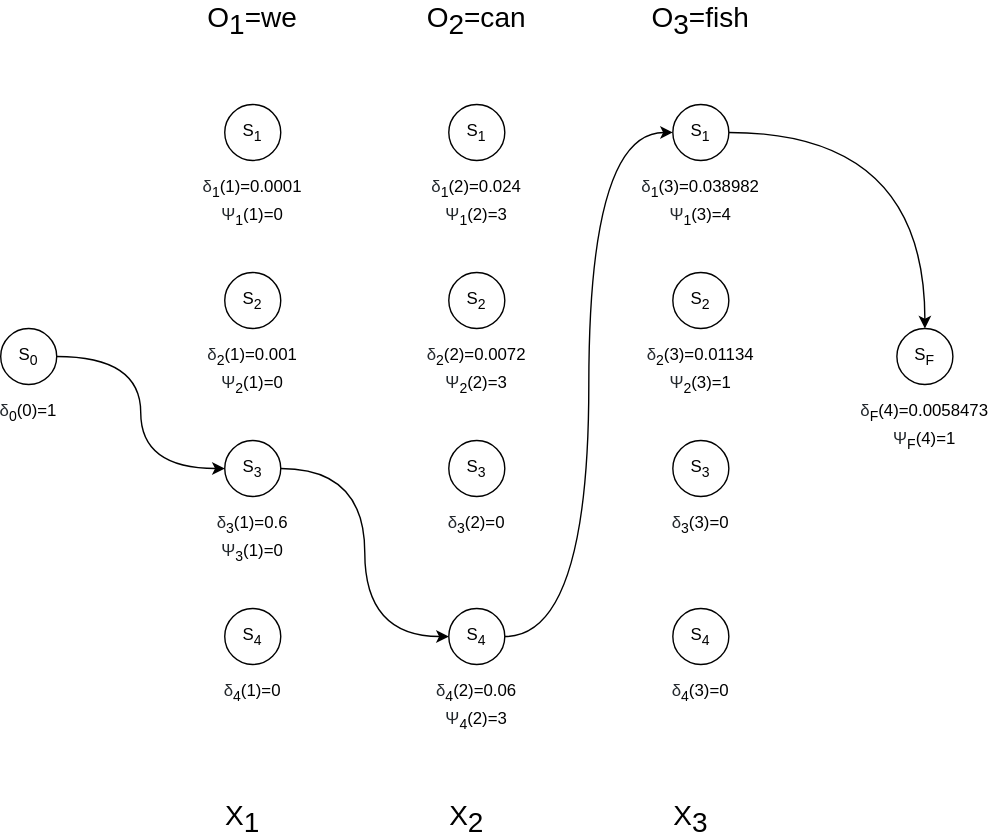
slippedandmissed/Supervisions keeps this draw.io diagram as Machine Learning/Supervision 3/imgs/viterbi.svg. Above is the earlier version. Source tidied: cells renumbered, new cells last; positions are measured from the earlier drawing's top-left corner, leaving out a move shared by most shapes.
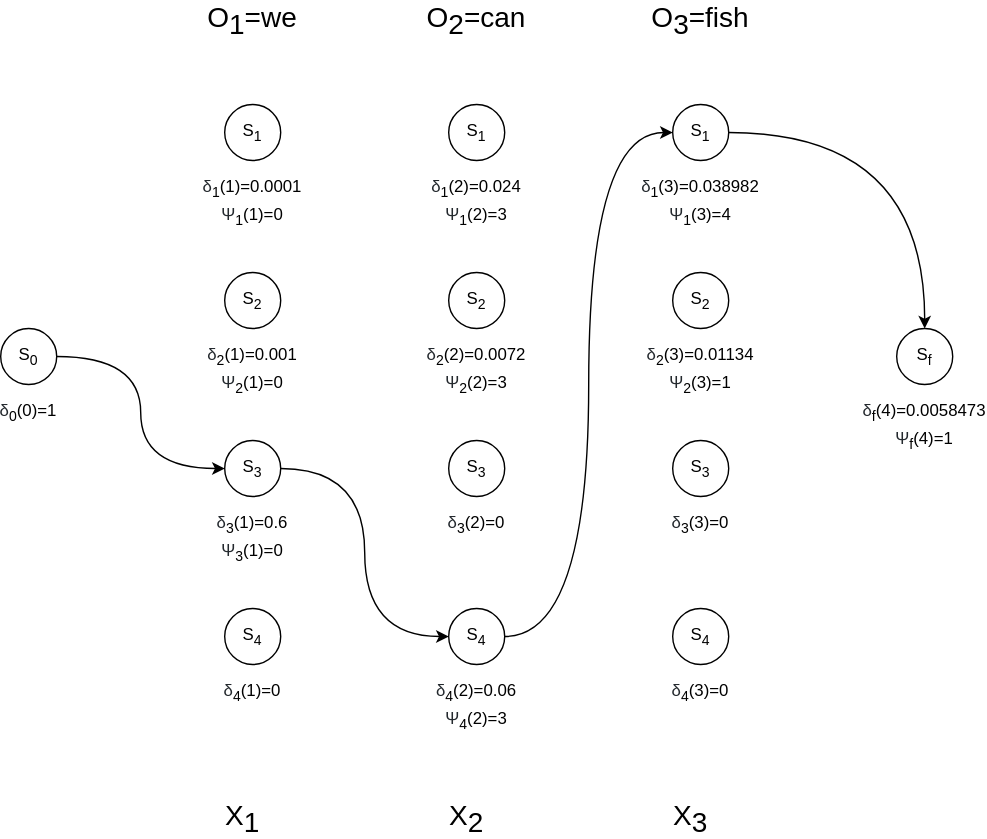
The same file after the commit.

The edit, as a diff of the source:
```diff
@@ -53,7 +53,7 @@
     <mxCell id="18" value="S&lt;sub&gt;4&lt;/sub&gt;" style="ellipse;whiteSpace=wrap;html=1;" parent="1" vertex="1">
       <mxGeometry x="480" y="430" width="40" height="40" as="geometry" />
     </mxCell>
-    <mxCell id="19" value="S&lt;sub&gt;F&lt;/sub&gt;" style="ellipse;whiteSpace=wrap;html=1;" parent="1" vertex="1">
+    <mxCell id="19" value="S&lt;sub&gt;f&lt;/sub&gt;" style="ellipse;whiteSpace=wrap;html=1;" parent="1" vertex="1">
       <mxGeometry x="640" y="230" width="40" height="40" as="geometry" />
     </mxCell>
     <mxCell id="20" value="&lt;span style=&quot;color: rgb(36 , 41 , 46) ; font-family: , &amp;#34;blinkmacsystemfont&amp;#34; , &amp;#34;segoe ui&amp;#34; , &amp;#34;helvetica&amp;#34; , &amp;#34;arial&amp;#34; , sans-serif , &amp;#34;apple color emoji&amp;#34; , &amp;#34;segoe ui emoji&amp;#34; , &amp;#34;segoe ui symbol&amp;#34; ; background-color: rgb(255 , 255 , 255)&quot;&gt;&lt;font style=&quot;font-size: 12px&quot;&gt;δ&lt;/font&gt;&lt;/span&gt;&lt;sub&gt;0&lt;/sub&gt;(0)=1" style="text;html=1;strokeColor=none;fillColor=none;align=center;verticalAlign=middle;whiteSpace=wrap;rounded=0;" parent="1" vertex="1">
@@ -128,10 +128,10 @@
     <mxCell id="43" value="&lt;span style=&quot;color: rgb(36 , 41 , 46) ; font-family: , &amp;#34;blinkmacsystemfont&amp;#34; , &amp;#34;segoe ui&amp;#34; , &amp;#34;helvetica&amp;#34; , &amp;#34;arial&amp;#34; , sans-serif , &amp;#34;apple color emoji&amp;#34; , &amp;#34;segoe ui emoji&amp;#34; , &amp;#34;segoe ui symbol&amp;#34; ; background-color: rgb(255 , 255 , 255)&quot;&gt;Ψ&lt;/span&gt;&lt;sub&gt;2&lt;/sub&gt;(3)=1" style="text;html=1;strokeColor=none;fillColor=none;align=center;verticalAlign=middle;whiteSpace=wrap;rounded=0;" parent="1" vertex="1">
       <mxGeometry x="480" y="260" width="40" height="20" as="geometry" />
     </mxCell>
-    <mxCell id="44" value="&lt;span style=&quot;color: rgb(36 , 41 , 46) ; font-family: , &amp;#34;blinkmacsystemfont&amp;#34; , &amp;#34;segoe ui&amp;#34; , &amp;#34;helvetica&amp;#34; , &amp;#34;arial&amp;#34; , sans-serif , &amp;#34;apple color emoji&amp;#34; , &amp;#34;segoe ui emoji&amp;#34; , &amp;#34;segoe ui symbol&amp;#34; ; background-color: rgb(255 , 255 , 255)&quot;&gt;δ&lt;/span&gt;&lt;sub&gt;F&lt;/sub&gt;(4)=0.0058473" style="text;html=1;strokeColor=none;fillColor=none;align=center;verticalAlign=middle;whiteSpace=wrap;rounded=0;" parent="1" vertex="1">
+    <mxCell id="44" value="&lt;span style=&quot;color: rgb(36 , 41 , 46) ; font-family: , &amp;#34;blinkmacsystemfont&amp;#34; , &amp;#34;segoe ui&amp;#34; , &amp;#34;helvetica&amp;#34; , &amp;#34;arial&amp;#34; , sans-serif , &amp;#34;apple color emoji&amp;#34; , &amp;#34;segoe ui emoji&amp;#34; , &amp;#34;segoe ui symbol&amp;#34; ; background-color: rgb(255 , 255 , 255)&quot;&gt;δ&lt;/span&gt;&lt;sub&gt;f&lt;/sub&gt;(4)=0.0058473" style="text;html=1;strokeColor=none;fillColor=none;align=center;verticalAlign=middle;whiteSpace=wrap;rounded=0;" parent="1" vertex="1">
       <mxGeometry x="640" y="280" width="40" height="20" as="geometry" />
     </mxCell>
-    <mxCell id="45" value="&lt;span style=&quot;color: rgb(36 , 41 , 46) ; font-family: , &amp;#34;blinkmacsystemfont&amp;#34; , &amp;#34;segoe ui&amp;#34; , &amp;#34;helvetica&amp;#34; , &amp;#34;arial&amp;#34; , sans-serif , &amp;#34;apple color emoji&amp;#34; , &amp;#34;segoe ui emoji&amp;#34; , &amp;#34;segoe ui symbol&amp;#34; ; background-color: rgb(255 , 255 , 255)&quot;&gt;Ψ&lt;/span&gt;&lt;sub&gt;F&lt;/sub&gt;(4)=1" style="text;html=1;strokeColor=none;fillColor=none;align=center;verticalAlign=middle;whiteSpace=wrap;rounded=0;" parent="1" vertex="1">
+    <mxCell id="45" value="&lt;span style=&quot;color: rgb(36 , 41 , 46) ; font-family: , &amp;#34;blinkmacsystemfont&amp;#34; , &amp;#34;segoe ui&amp;#34; , &amp;#34;helvetica&amp;#34; , &amp;#34;arial&amp;#34; , sans-serif , &amp;#34;apple color emoji&amp;#34; , &amp;#34;segoe ui emoji&amp;#34; , &amp;#34;segoe ui symbol&amp;#34; ; background-color: rgb(255 , 255 , 255)&quot;&gt;Ψ&lt;/span&gt;&lt;sub&gt;f&lt;/sub&gt;(4)=1" style="text;html=1;strokeColor=none;fillColor=none;align=center;verticalAlign=middle;whiteSpace=wrap;rounded=0;" parent="1" vertex="1">
       <mxGeometry x="640" y="300" width="40" height="20" as="geometry" />
     </mxCell>
     <mxCell id="46" value="X&lt;sub style=&quot;font-size: 20px&quot;&gt;1&lt;/sub&gt;" style="text;html=1;strokeColor=none;fillColor=none;align=center;verticalAlign=middle;whiteSpace=wrap;rounded=0;fontSize=20;" parent="1" vertex="1">
```
